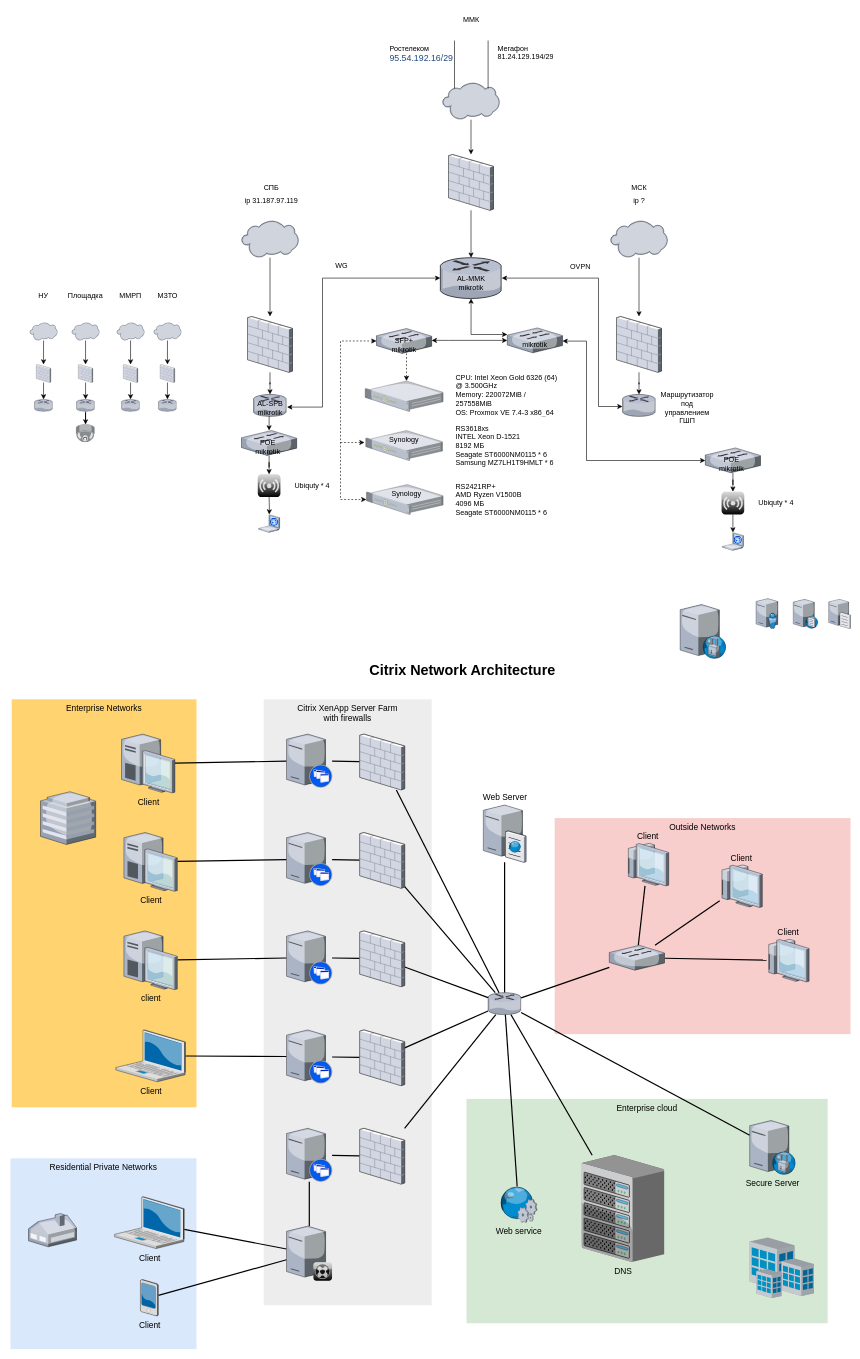
The draw.io diagram Диаграмма без названия.drawio in cmdrJaponamat/Stolyarovs_taskbook, before the edit. Source tidied: cells renumbered, new cells numbered last; positions are measured from the earlier drawing's top-left corner, leaving out a move shared by most shapes. Both pictures are drawn from the tidied source at 60%, with x=0, y=0 at pixel (10, 10).
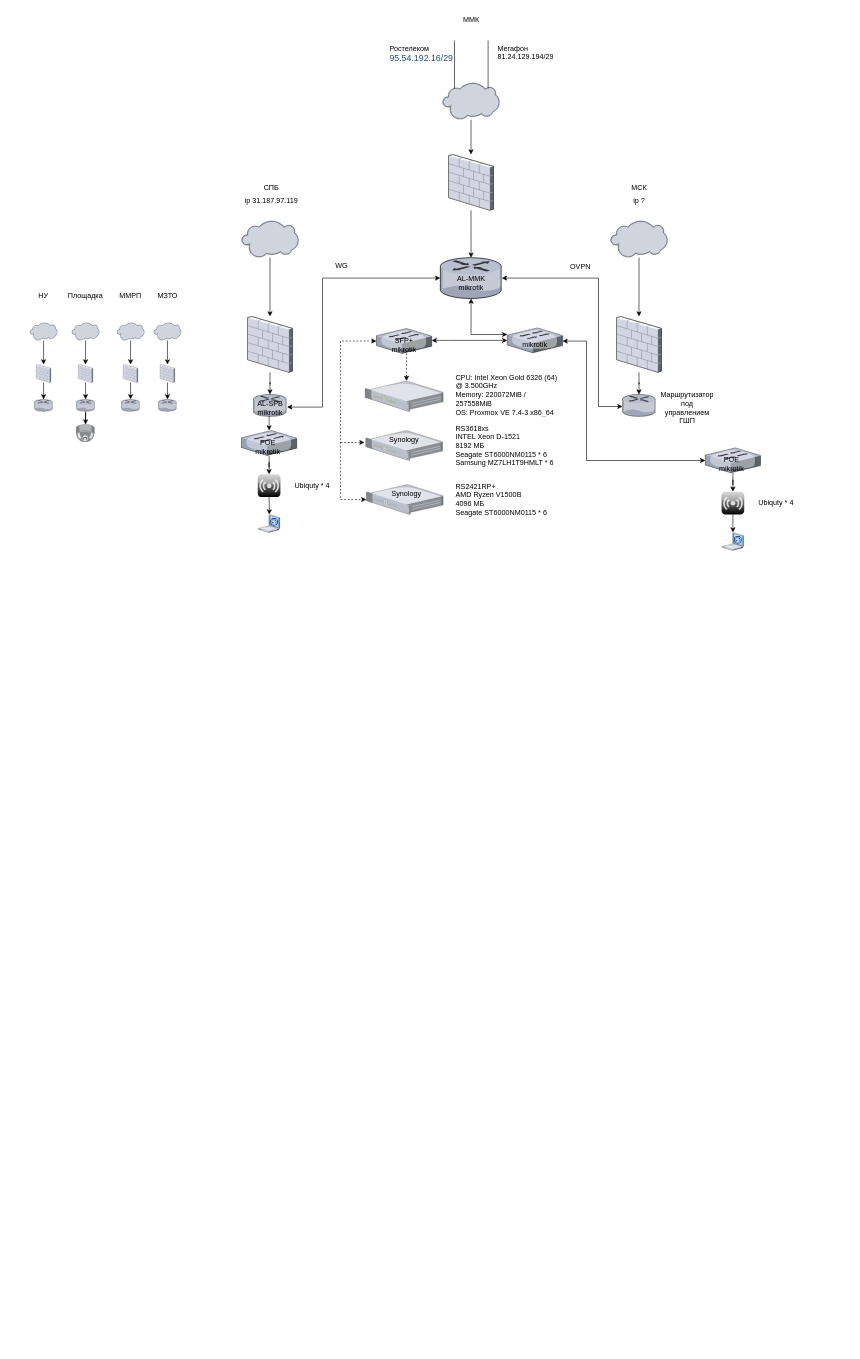
Above is the later version.

Change to the diagram source:
```diff
@@
-    <mxCell id="2" value="Outside Networks" style="whiteSpace=wrap;html=1;fillColor=#f8cecc;fontSize=14;strokeColor=none;verticalAlign=top;" parent="1" vertex="1">
-      <mxGeometry x="907" y="1346" width="493" height="360" as="geometry" />
-    </mxCell>
-    <mxCell id="3" value="Enterprise cloud" style="whiteSpace=wrap;html=1;fillColor=#d5e8d4;fontSize=14;strokeColor=none;verticalAlign=top;" parent="1" vertex="1">
-      <mxGeometry x="760" y="1814" width="602" height="374" as="geometry" />
-    </mxCell>
-    <mxCell id="4" value="Citrix XenApp Server Farm&lt;div&gt;with firewalls&lt;/div&gt;" style="whiteSpace=wrap;html=1;fillColor=#EDEDED;fontSize=14;strokeColor=none;verticalAlign=top;" parent="1" vertex="1">
-      <mxGeometry x="422" y="1148" width="280" height="1010" as="geometry" />
-    </mxCell>
-    <mxCell id="5" value="Residential Private Networks" style="whiteSpace=wrap;html=1;fillColor=#dae8fc;fontSize=14;strokeColor=none;verticalAlign=top;" parent="1" vertex="1">
-      <mxGeometry y="1913" width="310" height="318" as="geometry" />
-    </mxCell>
-    <mxCell id="6" value="Enterprise Networks" style="whiteSpace=wrap;html=1;fillColor=#FFD470;gradientColor=none;fontSize=14;strokeColor=none;verticalAlign=top;" parent="1" vertex="1">
-      <mxGeometry x="2" y="1148" width="308" height="680" as="geometry" />
-    </mxCell>
-    <mxCell id="7" style="edgeStyle=none;rounded=0;html=1;startSize=10;endSize=10;jettySize=auto;fontSize=14;endArrow=none;endFill=0;strokeWidth=2;" parent="1" edge="1" source="8" target="35">
-      <mxGeometry relative="1" as="geometry" />
-    </mxCell>
-    <mxCell id="8" value="Client" style="verticalLabelPosition=bottom;html=1;verticalAlign=top;strokeColor=none;shape=mxgraph.citrix.laptop_2;fillColor=#66B2FF;gradientColor=#0066CC;fontSize=14;" parent="1" vertex="1">
-      <mxGeometry x="173.5" y="1977" width="116" height="86.5" as="geometry" />
-    </mxCell>
-    <mxCell id="9" style="edgeStyle=none;rounded=0;html=1;startSize=10;endSize=10;jettySize=auto;fontSize=14;endArrow=none;endFill=0;strokeWidth=2;" parent="1" edge="1" source="10" target="22">
-      <mxGeometry relative="1" as="geometry" />
-    </mxCell>
-    <mxCell id="10" value="Client" style="verticalLabelPosition=bottom;html=1;verticalAlign=top;strokeColor=none;shape=mxgraph.citrix.laptop_2;fillColor=#66B2FF;gradientColor=#0066CC;fontSize=14;" parent="1" vertex="1">
-      <mxGeometry x="175.5" y="1699" width="116" height="86.5" as="geometry" />
-    </mxCell>
-    <mxCell id="11" style="edgeStyle=none;rounded=0;html=1;startSize=10;endSize=10;jettySize=auto;fontSize=14;endArrow=none;endFill=0;strokeWidth=2;" parent="1" edge="1" source="12" target="24">
-      <mxGeometry relative="1" as="geometry" />
-    </mxCell>
-    <mxCell id="12" value="client" style="verticalLabelPosition=bottom;html=1;verticalAlign=top;strokeColor=none;shape=mxgraph.citrix.desktop;fillColor=#66B2FF;gradientColor=#0066CC;fontSize=14;" parent="1" vertex="1">
-      <mxGeometry x="189" y="1534" width="89" height="98" as="geometry" />
-    </mxCell>
-    <mxCell id="13" style="edgeStyle=none;rounded=0;html=1;startSize=10;endSize=10;jettySize=auto;fontSize=14;endArrow=none;endFill=0;strokeWidth=2;" parent="1" edge="1" source="14" target="26">
-      <mxGeometry relative="1" as="geometry" />
-    </mxCell>
-    <mxCell id="14" value="Client" style="verticalLabelPosition=bottom;html=1;verticalAlign=top;strokeColor=none;shape=mxgraph.citrix.desktop;fillColor=#66B2FF;gradientColor=#0066CC;fontSize=14;" parent="1" vertex="1">
-      <mxGeometry x="189" y="1370" width="89" height="98" as="geometry" />
-    </mxCell>
-    <mxCell id="15" style="edgeStyle=none;rounded=0;html=1;startSize=10;endSize=10;jettySize=auto;fontSize=14;endArrow=none;endFill=0;strokeWidth=2;" parent="1" edge="1" source="16" target="28">
-      <mxGeometry relative="1" as="geometry" />
-    </mxCell>
-    <mxCell id="16" value="Client" style="verticalLabelPosition=bottom;html=1;verticalAlign=top;strokeColor=none;shape=mxgraph.citrix.desktop;fillColor=#66B2FF;gradientColor=#0066CC;fontSize=14;" parent="1" vertex="1">
-      <mxGeometry x="185" y="1206" width="89" height="98" as="geometry" />
-    </mxCell>
-    <mxCell id="17" style="edgeStyle=none;rounded=0;html=1;startSize=10;endSize=10;jettySize=auto;fontSize=14;endArrow=none;endFill=0;strokeWidth=2;" parent="1" edge="1" source="18" target="35">
-      <mxGeometry relative="1" as="geometry" />
-    </mxCell>
-    <mxCell id="18" value="Client" style="verticalLabelPosition=bottom;html=1;verticalAlign=top;strokeColor=none;shape=mxgraph.citrix.pda;fillColor=#66B2FF;gradientColor=#0066CC;fontSize=14;" parent="1" vertex="1">
-      <mxGeometry x="216.5" y="2115" width="30" height="61" as="geometry" />
-    </mxCell>
-    <mxCell id="19" style="edgeStyle=none;rounded=0;html=1;startSize=10;endSize=10;jettySize=auto;fontSize=14;endArrow=none;endFill=0;strokeWidth=2;" parent="1" edge="1" source="20" target="47">
-      <mxGeometry relative="1" as="geometry" />
-    </mxCell>
-    <mxCell id="20" style="verticalLabelPosition=bottom;html=1;verticalAlign=top;strokeColor=none;shape=mxgraph.citrix.xenapp_server;fillColor=#66B2FF;gradientColor=#0066CC;fontSize=14;" parent="1" vertex="1">
-      <mxGeometry x="460" y="1863" width="76" height="89" as="geometry" />
-    </mxCell>
-    <mxCell id="21" style="edgeStyle=none;rounded=0;html=1;startSize=10;endSize=10;jettySize=auto;fontSize=14;endArrow=none;endFill=0;strokeWidth=2;" parent="1" edge="1" source="22" target="45">
-      <mxGeometry relative="1" as="geometry" />
-    </mxCell>
-    <mxCell id="22" style="verticalLabelPosition=bottom;html=1;verticalAlign=top;strokeColor=none;shape=mxgraph.citrix.xenapp_server;fillColor=#66B2FF;gradientColor=#0066CC;fontSize=14;" parent="1" vertex="1">
-      <mxGeometry x="460" y="1699" width="76" height="89" as="geometry" />
-    </mxCell>
-    <mxCell id="23" style="edgeStyle=none;rounded=0;html=1;startSize=10;endSize=10;jettySize=auto;fontSize=14;endArrow=none;endFill=0;strokeWidth=2;" parent="1" edge="1" source="24" target="43">
-      <mxGeometry relative="1" as="geometry" />
-    </mxCell>
-    <mxCell id="24" style="verticalLabelPosition=bottom;html=1;verticalAlign=top;strokeColor=none;shape=mxgraph.citrix.xenapp_server;fillColor=#66B2FF;gradientColor=#0066CC;fontSize=14;" parent="1" vertex="1">
-      <mxGeometry x="460" y="1534" width="76" height="89" as="geometry" />
-    </mxCell>
-    <mxCell id="25" style="edgeStyle=none;rounded=0;html=1;startSize=10;endSize=10;jettySize=auto;fontSize=14;endArrow=none;endFill=0;strokeWidth=2;" parent="1" edge="1" source="26" target="41">
-      <mxGeometry relative="1" as="geometry" />
-    </mxCell>
-    <mxCell id="26" style="verticalLabelPosition=bottom;html=1;verticalAlign=top;strokeColor=none;shape=mxgraph.citrix.xenapp_server;fillColor=#66B2FF;gradientColor=#0066CC;fontSize=14;" parent="1" vertex="1">
-      <mxGeometry x="460" y="1370" width="76" height="89" as="geometry" />
-    </mxCell>
-    <mxCell id="27" style="edgeStyle=none;rounded=0;html=1;startSize=10;endSize=10;jettySize=auto;fontSize=14;endArrow=none;endFill=0;strokeWidth=2;" parent="1" edge="1" source="28" target="39">
-      <mxGeometry relative="1" as="geometry" />
-    </mxCell>
-    <mxCell id="28" style="verticalLabelPosition=bottom;html=1;verticalAlign=top;strokeColor=none;shape=mxgraph.citrix.xenapp_server;fillColor=#66B2FF;gradientColor=#0066CC;fontSize=14;" parent="1" vertex="1">
-      <mxGeometry x="460" y="1206" width="76" height="89" as="geometry" />
-    </mxCell>
-    <mxCell id="29" style="edgeStyle=none;rounded=0;html=1;startSize=10;endSize=10;jettySize=auto;fontSize=14;endArrow=none;endFill=0;strokeWidth=2;" parent="1" edge="1" source="33" target="37">
-      <mxGeometry relative="1" as="geometry" />
-    </mxCell>
-    <mxCell id="30" style="edgeStyle=none;rounded=0;html=1;startSize=10;endSize=10;jettySize=auto;fontSize=14;endArrow=none;endFill=0;strokeWidth=2;" parent="1" edge="1" source="33" target="36">
-      <mxGeometry relative="1" as="geometry" />
-    </mxCell>
-    <mxCell id="31" style="edgeStyle=none;rounded=0;html=1;startSize=10;endSize=10;jettySize=auto;fontSize=14;endArrow=none;endFill=0;strokeWidth=2;" parent="1" edge="1" source="33" target="54">
-      <mxGeometry relative="1" as="geometry" />
-    </mxCell>
-    <mxCell id="32" style="edgeStyle=none;rounded=0;html=1;startSize=10;endSize=10;jettySize=auto;fontSize=14;endArrow=none;endFill=0;strokeWidth=2;" parent="1" edge="1" source="33" target="50">
-      <mxGeometry relative="1" as="geometry" />
-    </mxCell>
-    <mxCell id="33" style="verticalLabelPosition=bottom;html=1;verticalAlign=top;strokeColor=none;shape=mxgraph.citrix.router;fillColor=#66B2FF;gradientColor=#0066CC;fontSize=14;" parent="1" vertex="1">
-      <mxGeometry x="796" y="1637" width="55" height="36.5" as="geometry" />
-    </mxCell>
-    <mxCell id="34" style="edgeStyle=none;rounded=0;html=1;startSize=10;endSize=10;jettySize=auto;fontSize=14;endArrow=none;endFill=0;strokeWidth=2;" parent="1" edge="1" source="35" target="20">
-      <mxGeometry relative="1" as="geometry" />
-    </mxCell>
-    <mxCell id="35" style="verticalLabelPosition=bottom;html=1;verticalAlign=top;strokeColor=none;shape=mxgraph.citrix.xenclient_synchronizer;fillColor=#CCCCCC;gradientColor=#000000;gradientDirection=south;fontSize=14;" parent="1" vertex="1">
-      <mxGeometry x="460" y="2026" width="76" height="91" as="geometry" />
-    </mxCell>
-    <mxCell id="36" value="Web Server" style="verticalLabelPosition=top;html=1;verticalAlign=bottom;strokeColor=none;shape=mxgraph.citrix.cache_server;fillColor=#66B2FF;gradientColor=#0066CC;fontSize=14;labelPosition=center;align=center;" parent="1" vertex="1">
-      <mxGeometry x="788" y="1322" width="71" height="97.5" as="geometry" />
-    </mxCell>
-    <mxCell id="37" value="DNS" style="verticalLabelPosition=bottom;html=1;verticalAlign=top;strokeColor=none;shape=mxgraph.citrix.chassis;fillColor=#66B2FF;gradientColor=#0066CC;fontSize=14;" parent="1" vertex="1">
-      <mxGeometry x="952" y="1908" width="137.5" height="177.5" as="geometry" />
-    </mxCell>
-    <mxCell id="38" style="edgeStyle=none;rounded=0;html=1;startSize=10;endSize=10;jettySize=auto;fontSize=14;endArrow=none;endFill=0;strokeWidth=2;" parent="1" edge="1" source="39" target="33">
-      <mxGeometry relative="1" as="geometry" />
-    </mxCell>
-    <mxCell id="39" style="verticalLabelPosition=bottom;html=1;verticalAlign=top;strokeColor=none;shape=mxgraph.citrix.firewall;fillColor=#66B2FF;gradientColor=#0066CC;fontSize=14;" parent="1" vertex="1">
-      <mxGeometry x="582" y="1206" width="75" height="93" as="geometry" />
-    </mxCell>
-    <mxCell id="40" style="edgeStyle=none;rounded=0;html=1;startSize=10;endSize=10;jettySize=auto;fontSize=14;endArrow=none;endFill=0;strokeWidth=2;" parent="1" edge="1" source="41" target="33">
-      <mxGeometry relative="1" as="geometry" />
-    </mxCell>
-    <mxCell id="41" style="verticalLabelPosition=bottom;html=1;verticalAlign=top;strokeColor=none;shape=mxgraph.citrix.firewall;fillColor=#66B2FF;gradientColor=#0066CC;fontSize=14;" parent="1" vertex="1">
-      <mxGeometry x="582" y="1370" width="75" height="93" as="geometry" />
-    </mxCell>
-    <mxCell id="42" style="edgeStyle=none;rounded=0;html=1;startSize=10;endSize=10;jettySize=auto;fontSize=14;endArrow=none;endFill=0;strokeWidth=2;" parent="1" edge="1" source="43" target="33">
-      <mxGeometry relative="1" as="geometry" />
-    </mxCell>
-    <mxCell id="43" style="verticalLabelPosition=bottom;html=1;verticalAlign=top;strokeColor=none;shape=mxgraph.citrix.firewall;fillColor=#66B2FF;gradientColor=#0066CC;fontSize=14;" parent="1" vertex="1">
-      <mxGeometry x="582" y="1534" width="75" height="93" as="geometry" />
-    </mxCell>
-    <mxCell id="44" style="edgeStyle=none;rounded=0;html=1;startSize=10;endSize=10;jettySize=auto;fontSize=14;endArrow=none;endFill=0;strokeWidth=2;" parent="1" edge="1" source="45" target="33">
-      <mxGeometry relative="1" as="geometry" />
-    </mxCell>
-    <mxCell id="45" style="verticalLabelPosition=bottom;html=1;verticalAlign=top;strokeColor=none;shape=mxgraph.citrix.firewall;fillColor=#66B2FF;gradientColor=#0066CC;fontSize=14;" parent="1" vertex="1">
-      <mxGeometry x="582" y="1699" width="75" height="93" as="geometry" />
-    </mxCell>
-    <mxCell id="46" style="edgeStyle=none;rounded=0;html=1;startSize=10;endSize=10;jettySize=auto;fontSize=14;endArrow=none;endFill=0;strokeWidth=2;" parent="1" edge="1" source="47" target="33">
-      <mxGeometry relative="1" as="geometry" />
-    </mxCell>
-    <mxCell id="47" style="verticalLabelPosition=bottom;html=1;verticalAlign=top;strokeColor=none;shape=mxgraph.citrix.firewall;fillColor=#66B2FF;gradientColor=#0066CC;fontSize=14;" parent="1" vertex="1">
-      <mxGeometry x="582" y="1863" width="75" height="93" as="geometry" />
-    </mxCell>
-    <mxCell id="48" style="verticalLabelPosition=bottom;html=1;verticalAlign=top;strokeColor=none;shape=mxgraph.citrix.home_office;fillColor=#66B2FF;gradientColor=#0066CC;fontSize=14;" parent="1" vertex="1">
-      <mxGeometry x="30" y="2005" width="80" height="55.5" as="geometry" />
-    </mxCell>
-    <mxCell id="49" style="verticalLabelPosition=bottom;html=1;verticalAlign=top;strokeColor=none;shape=mxgraph.citrix.hq_enterprise;fillColor=#66B2FF;gradientColor=#0066CC;fontSize=14;" parent="1" vertex="1">
-      <mxGeometry x="50" y="1302" width="92" height="88" as="geometry" />
-    </mxCell>
-    <mxCell id="50" value="Secure Server" style="verticalLabelPosition=bottom;html=1;verticalAlign=top;strokeColor=none;shape=mxgraph.citrix.proxy_server;fillColor=#66B2FF;gradientColor=#0066CC;fontSize=14;" parent="1" vertex="1">
-      <mxGeometry x="1232" y="1850" width="76.5" height="90" as="geometry" />
-    </mxCell>
-    <mxCell id="51" style="edgeStyle=none;rounded=0;html=1;startSize=10;endSize=10;jettySize=auto;fontSize=14;endArrow=none;endFill=0;strokeWidth=2;" parent="1" edge="1" source="54" target="57">
-      <mxGeometry relative="1" as="geometry" />
-    </mxCell>
-    <mxCell id="52" style="edgeStyle=none;rounded=0;html=1;startSize=10;endSize=10;jettySize=auto;fontSize=14;endArrow=none;endFill=0;strokeWidth=2;" parent="1" edge="1" source="54" target="56">
-      <mxGeometry relative="1" as="geometry" />
-    </mxCell>
-    <mxCell id="53" style="edgeStyle=none;rounded=0;html=1;startSize=10;endSize=10;jettySize=auto;fontSize=14;endArrow=none;endFill=0;strokeWidth=2;" parent="1" edge="1" source="54" target="55">
-      <mxGeometry relative="1" as="geometry" />
-    </mxCell>
-    <mxCell id="54" style="verticalLabelPosition=bottom;html=1;verticalAlign=top;strokeColor=none;shape=mxgraph.citrix.switch;fillColor=#66B2FF;gradientColor=#0066CC;fontSize=14;" parent="1" vertex="1">
-      <mxGeometry x="998" y="1558" width="92" height="41.5" as="geometry" />
-    </mxCell>
-    <mxCell id="55" value="Client" style="verticalLabelPosition=top;html=1;verticalAlign=bottom;strokeColor=none;shape=mxgraph.citrix.thin_client;fillColor=#66B2FF;gradientColor=#0066CC;fontSize=14;labelPosition=center;align=center;" parent="1" vertex="1">
-      <mxGeometry x="1260" y="1548" width="71" height="71" as="geometry" />
-    </mxCell>
-    <mxCell id="56" value="Client" style="verticalLabelPosition=top;html=1;verticalAlign=bottom;strokeColor=none;shape=mxgraph.citrix.thin_client;fillColor=#66B2FF;gradientColor=#0066CC;fontSize=14;labelPosition=center;align=center;" parent="1" vertex="1">
-      <mxGeometry x="1182" y="1424" width="71" height="71" as="geometry" />
-    </mxCell>
-    <mxCell id="57" value="Client" style="verticalLabelPosition=top;html=1;verticalAlign=bottom;strokeColor=none;shape=mxgraph.citrix.thin_client;fillColor=#66B2FF;gradientColor=#0066CC;fontSize=14;labelPosition=center;align=center;" parent="1" vertex="1">
-      <mxGeometry x="1026" y="1388" width="71" height="71" as="geometry" />
-    </mxCell>
-    <mxCell id="58" style="edgeStyle=none;rounded=0;html=1;startSize=10;endSize=10;jettySize=auto;fontSize=14;endArrow=none;endFill=0;strokeWidth=2;" parent="1" edge="1" source="59" target="33">
-      <mxGeometry relative="1" as="geometry" />
-    </mxCell>
-    <mxCell id="59" value="Web service" style="verticalLabelPosition=bottom;html=1;verticalAlign=top;strokeColor=none;shape=mxgraph.citrix.web_service;fillColor=#66B2FF;gradientColor=#0066CC;fontSize=14;" parent="1" vertex="1">
-      <mxGeometry x="815" y="1960" width="63" height="60" as="geometry" />
-    </mxCell>
-    <mxCell id="60" style="verticalLabelPosition=bottom;html=1;verticalAlign=top;strokeColor=none;shape=mxgraph.citrix.site;fillColor=#66B2FF;gradientColor=#0066CC;fontSize=14;" parent="1" vertex="1">
-      <mxGeometry x="1232" y="2045" width="107" height="101" as="geometry" />
-    </mxCell>
-    <mxCell id="61" value="Citrix Network Architecture" style="text;strokeColor=none;fillColor=none;html=1;fontSize=24;fontStyle=1;verticalAlign=middle;align=center;" parent="1" vertex="1">
-      <mxGeometry x="322" y="1080" width="861" height="40" as="geometry" />
-    </mxCell>
@@
-    <mxCell id="110" style="verticalLabelPosition=bottom;sketch=0;html=1;verticalAlign=top;strokeColor=none;align=center;shape=mxgraph.citrix.directory_server;" parent="1" vertex="1">
-      <mxGeometry x="1242.4" y="980" width="36.7" height="50" as="geometry" />
-    </mxCell>
-    <mxCell id="111" style="verticalLabelPosition=bottom;sketch=0;html=1;verticalAlign=top;strokeColor=none;align=center;shape=mxgraph.citrix.dns_server;" parent="1" vertex="1">
-      <mxGeometry x="1304.4" y="980" width="41.4" height="50" as="geometry" />
-    </mxCell>
-    <mxCell id="112" style="verticalLabelPosition=bottom;sketch=0;html=1;verticalAlign=top;strokeColor=none;align=center;shape=mxgraph.citrix.file_server;" parent="1" vertex="1">
-      <mxGeometry x="1363.4" y="980" width="36.6" height="50" as="geometry" />
-    </mxCell>
-    <mxCell id="113" style="verticalLabelPosition=bottom;sketch=0;html=1;verticalAlign=top;strokeColor=none;align=center;shape=mxgraph.citrix.proxy_server;" parent="1" vertex="1">
-      <mxGeometry x="1116.1" y="990" width="76.5" height="90" as="geometry" />
-    </mxCell>
```
